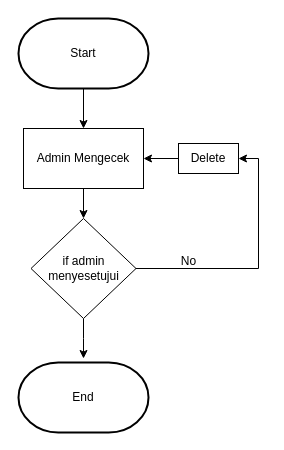
This is page "Admin Validasi ke tps" (3 of 4) of Halaman Login dfd.drawio from SugengBudiArter/-SugengBudiArter.github.io, a draw.io file, before an edit. Source tidied: cells renumbered, new cells numbered last; positions are measured from the earlier drawing's top-left corner, leaving out a move shared by most shapes. Both pictures are drawn from the tidied source at 100%, with x=0, y=0 at pixel (18, 18).
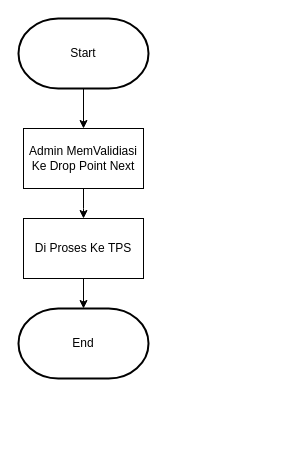
The same page after the edit.

What changed in the source:
```diff
@@
 <mxGraphModel>
   <root>
     <mxCell id="0" />
     <mxCell id="1" parent="0" />
     <mxCell id="2" style="edgeStyle=orthogonalEdgeStyle;rounded=0;jettySize=auto;html=1;entryX=0.5;entryY=0;entryDx=0;entryDy=0;" parent="1" edge="1" source="3" target="5">
       <mxGeometry relative="1" as="geometry" />
     </mxCell>
     <mxCell id="3" value="Start" style="strokeWidth=2;html=1;shape=mxgraph.flowchart.terminator;whiteSpace=wrap;" parent="1" vertex="1">
       <mxGeometry width="130" height="70" as="geometry" />
     </mxCell>
-    <mxCell id="4" style="edgeStyle=orthogonalEdgeStyle;rounded=0;jettySize=auto;html=1;entryX=0.5;entryY=0;entryDx=0;entryDy=0;" parent="1" edge="1" source="5" target="8">
-      <mxGeometry relative="1" as="geometry" />
+    <mxCell id="4" style="edgeStyle=orthogonalEdgeStyle;rounded=0;jettySize=auto;html=1;entryX=0.5;entryY=0;entryDx=0;entryDy=0;" parent="1" edge="1" source="5">
+      <mxGeometry relative="1" as="geometry">
+        <mxPoint x="65" y="200" as="targetPoint" />
+      </mxGeometry>
     </mxCell>
-    <mxCell id="5" value="Admin Mengecek" style="rounded=0;whiteSpace=wrap;html=1;" parent="1" vertex="1">
+    <mxCell id="5" value="Admin MemValidiasi&lt;div&gt;Ke Drop Point Next&lt;/div&gt;" style="rounded=0;whiteSpace=wrap;html=1;" parent="1" vertex="1">
       <mxGeometry x="5" y="110" width="120" height="60" as="geometry" />
     </mxCell>
-    <mxCell id="6" style="edgeStyle=orthogonalEdgeStyle;rounded=0;jettySize=auto;html=1;entryX=1;entryY=0.5;entryDx=0;entryDy=0;" parent="1" edge="1" source="8" target="11">
-      <mxGeometry relative="1" as="geometry">
-        <Array as="points">
-          <mxPoint x="240" y="250" />
-          <mxPoint x="240" y="140" />
-        </Array>
-      </mxGeometry>
-    </mxCell>
-    <mxCell id="7" style="edgeStyle=orthogonalEdgeStyle;rounded=0;jettySize=auto;html=1;" parent="1" edge="1" source="8">
-      <mxGeometry relative="1" as="geometry">
-        <mxPoint x="65" y="340" as="targetPoint" />
-      </mxGeometry>
-    </mxCell>
-    <mxCell id="8" value="if admin menyesetujui" style="rhombus;whiteSpace=wrap;html=1;" parent="1" vertex="1">
-      <mxGeometry x="12.5" y="200" width="105" height="100" as="geometry" />
-    </mxCell>
-    <mxCell id="9" value="No" style="text;html=1;align=center;verticalAlign=middle;strokeColor=none;fillColor=none;" parent="1" vertex="1">
-      <mxGeometry x="150" y="228" width="40" height="30" as="geometry" />
-    </mxCell>
-    <mxCell id="10" style="edgeStyle=orthogonalEdgeStyle;rounded=0;jettySize=auto;html=1;entryX=1;entryY=0.5;entryDx=0;entryDy=0;" parent="1" edge="1" source="11" target="5">
-      <mxGeometry relative="1" as="geometry" />
-    </mxCell>
-    <mxCell id="11" value="Delete" style="rounded=0;whiteSpace=wrap;html=1;" parent="1" vertex="1">
-      <mxGeometry x="160" y="125" width="60" height="30" as="geometry" />
-    </mxCell>
     <mxCell id="12" value="End" style="strokeWidth=2;html=1;shape=mxgraph.flowchart.terminator;whiteSpace=wrap;" parent="1" vertex="1">
-      <mxGeometry y="344" width="130" height="70" as="geometry" />
+      <mxGeometry y="290" width="130" height="70" as="geometry" />
     </mxCell>
+    <mxCell id="13" value="Di Proses Ke TPS" style="rounded=0;whiteSpace=wrap;html=1;" parent="1" vertex="1">
+      <mxGeometry x="5" y="200" width="120" height="60" as="geometry" />
+    </mxCell>
+    <mxCell id="14" style="edgeStyle=orthogonalEdgeStyle;rounded=0;jettySize=auto;html=1;entryX=0.5;entryY=0;entryDx=0;entryDy=0;entryPerimeter=0;" parent="1" edge="1" source="13" target="12">
+      <mxGeometry relative="1" as="geometry" />
+    </mxCell>
   </root>
 </mxGraphModel>
```
